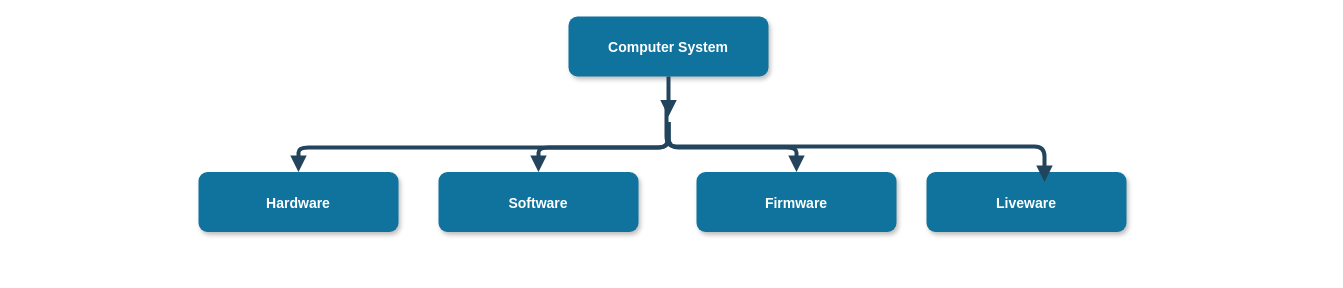
Dilzo16/basic_system_components keeps this draw.io diagram as Untitled Diagram.drawio. Above is the earlier version. Source tidied: cells renumbered, new cells numbered last; positions are measured from the earlier drawing's top-left corner, leaving out a move shared by most shapes. Both pictures are drawn from the tidied source at 100%, with x=0, y=0 at pixel (198, 16).
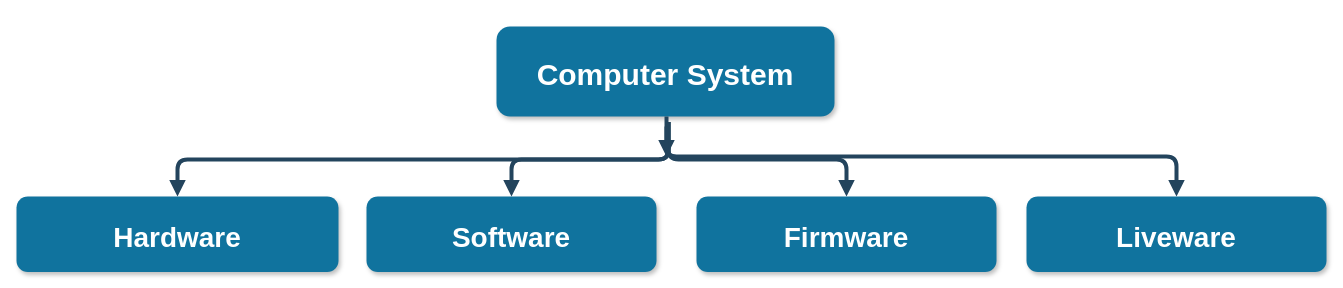
After the change.

Change to the diagram source:
```diff
@@
 <mxGraphModel>
   <root>
     <mxCell id="0" />
     <mxCell id="1" parent="0" />
-    <mxCell id="2" value="Computer System" style="rounded=1;fillColor=#10739E;strokeColor=none;shadow=1;gradientColor=none;fontStyle=1;fontColor=#FFFFFF;fontSize=14;" parent="1" vertex="1">
-      <mxGeometry x="370" width="200" height="60" as="geometry" />
+    <mxCell id="2" value="Computer System" style="rounded=1;fillColor=#10739E;strokeColor=none;shadow=1;gradientColor=none;fontStyle=1;fontColor=#FFFFFF;fontSize=30;" parent="1" vertex="1">
+      <mxGeometry x="298" y="10" width="338" height="90" as="geometry" />
     </mxCell>
-    <mxCell id="3" value="Hardware" style="rounded=1;fillColor=#10739E;strokeColor=none;shadow=1;gradientColor=none;fontStyle=1;fontColor=#FFFFFF;fontSize=14;" parent="1" vertex="1">
-      <mxGeometry y="155.5" width="200" height="60" as="geometry" />
+    <mxCell id="3" value="Hardware" style="rounded=1;fillColor=#10739E;strokeColor=none;shadow=1;gradientColor=none;fontStyle=1;fontColor=#FFFFFF;fontSize=28;" parent="1" vertex="1">
+      <mxGeometry x="-182" y="180" width="322" height="75.5" as="geometry" />
     </mxCell>
-    <mxCell id="4" value="Software" style="rounded=1;fillColor=#10739E;strokeColor=none;shadow=1;gradientColor=none;fontStyle=1;fontColor=#FFFFFF;fontSize=14;" parent="1" vertex="1">
-      <mxGeometry x="240" y="155.5" width="200" height="60" as="geometry" />
+    <mxCell id="4" value="Software" style="rounded=1;fillColor=#10739E;strokeColor=none;shadow=1;gradientColor=none;fontStyle=1;fontColor=#FFFFFF;fontSize=28;" parent="1" vertex="1">
+      <mxGeometry x="168" y="180" width="290" height="75.5" as="geometry" />
     </mxCell>
-    <mxCell id="5" value="Firmware" style="rounded=1;fillColor=#10739E;strokeColor=none;shadow=1;gradientColor=none;fontStyle=1;fontColor=#FFFFFF;fontSize=14;" parent="1" vertex="1">
-      <mxGeometry x="498" y="155.5" width="200" height="60" as="geometry" />
+    <mxCell id="5" value="Firmware" style="rounded=1;fillColor=#10739E;strokeColor=none;shadow=1;gradientColor=none;fontStyle=1;fontColor=#FFFFFF;fontSize=28;" parent="1" vertex="1">
+      <mxGeometry x="498" y="180" width="300" height="75.5" as="geometry" />
     </mxCell>
-    <mxCell id="6" value="Liveware" style="rounded=1;fillColor=#10739E;strokeColor=none;shadow=1;gradientColor=none;fontStyle=1;fontColor=#FFFFFF;fontSize=14;" parent="1" vertex="1">
-      <mxGeometry x="728" y="155.5" width="200" height="60" as="geometry" />
+    <mxCell id="6" value="Liveware" style="rounded=1;fillColor=#10739E;strokeColor=none;shadow=1;gradientColor=none;fontStyle=1;fontColor=#FFFFFF;fontSize=28;" parent="1" vertex="1">
+      <mxGeometry x="828" y="180" width="300" height="75.5" as="geometry" />
     </mxCell>
     <mxCell id="7" style="edgeStyle=elbowEdgeStyle;elbow=vertical;strokeWidth=4;endArrow=block;endFill=1;fontStyle=1;strokeColor=#23445D;" parent="1" edge="1" source="2">
       <mxGeometry x="22" y="165.5" as="geometry">
-        <mxPoint x="470" y="100" as="targetPoint" />
+        <mxPoint x="468" y="140" as="targetPoint" />
+        <Array as="points">
+          <mxPoint x="468" y="80" />
+        </Array>
       </mxGeometry>
     </mxCell>
     <mxCell id="8" style="edgeStyle=elbowEdgeStyle;elbow=vertical;strokeWidth=4;endArrow=block;endFill=1;fontStyle=1;strokeColor=#23445D;" parent="1" edge="1" target="4">
       <mxGeometry x="22" y="165.5" as="geometry">
         <mxPoint x="470" y="105.5" as="sourcePoint" />
       </mxGeometry>
     </mxCell>
     <mxCell id="9" style="edgeStyle=elbowEdgeStyle;elbow=vertical;strokeWidth=4;endArrow=block;endFill=1;fontStyle=1;strokeColor=#23445D;" parent="1" edge="1" target="3">
       <mxGeometry x="22" y="165.5" as="geometry">
         <mxPoint x="470" y="105.5" as="sourcePoint" />
       </mxGeometry>
     </mxCell>
     <mxCell id="10" style="edgeStyle=elbowEdgeStyle;elbow=vertical;strokeWidth=4;endArrow=block;endFill=1;fontStyle=1;strokeColor=#23445D;" parent="1" edge="1" target="5">
       <mxGeometry x="22" y="165.5" as="geometry">
         <mxPoint x="470" y="105.5" as="sourcePoint" />
       </mxGeometry>
     </mxCell>
-    <mxCell id="11" style="edgeStyle=elbowEdgeStyle;elbow=vertical;strokeWidth=4;endArrow=block;endFill=1;fontStyle=1;strokeColor=#23445D;" parent="1" edge="1">
+    <mxCell id="11" style="edgeStyle=elbowEdgeStyle;elbow=vertical;strokeWidth=4;endArrow=block;endFill=1;fontStyle=1;strokeColor=#23445D;entryX=0.5;entryY=0;entryDx=0;entryDy=0;" parent="1" edge="1" target="6">
       <mxGeometry x="270" y="175.5" as="geometry">
-        <mxPoint x="468" y="90" as="sourcePoint" />
-        <mxPoint x="846" y="165.5" as="targetPoint" />
+        <mxPoint x="468" y="110" as="sourcePoint" />
         <Array as="points">
+          <mxPoint x="698" y="140" />
+          <mxPoint x="528" y="140" />
+          <mxPoint x="518" y="140" />
           <mxPoint x="658" y="130" />
         </Array>
       </mxGeometry>
     </mxCell>
   </root>
 </mxGraphModel>
```
